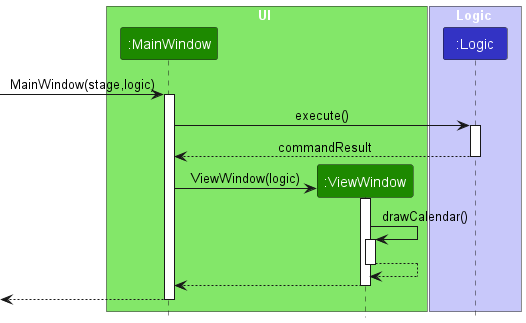
This is docs/images/ViewSequenceDiagram-Ui.png from zoebelle-pang/tp, a PlantUML export, as it was before one commit. Source of this version:
```plantuml
@startuml
!include style.puml
skinparam ArrowFontStyle plain

box UI UI_COLOR_T1
participant ":MainWindow" as MainWindow UI_COLOR
participant ":ViewWindow" as ViewWindow UI_COLOR
end box

box Logic LOGIC_COLOR_T1
participant ":Logic" as Logic LOGIC_COLOR
end box

[-> MainWindow : MainWindow(stage,logic)
activate MainWindow

MainWindow -> Logic : execute()
activate Logic
Logic --> MainWindow : commandResult
deactivate Logic

create ViewWindow
MainWindow -> ViewWindow : ViewWindow(logic)
activate ViewWindow

ViewWindow -> ViewWindow: drawCalendar()
activate ViewWindow
ViewWindow --> ViewWindow:
deactivate ViewWindow

ViewWindow --> MainWindow :
deactivate ViewWindow

[<--MainWindow
deactivate MainWindow
@enduml
```
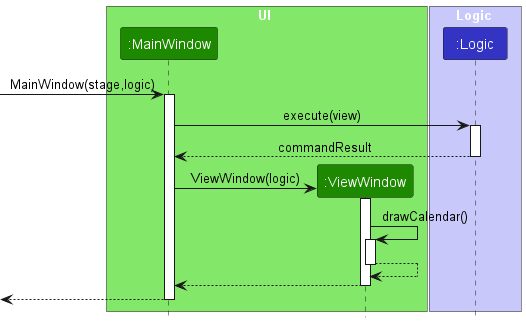
The same diagram one commit later.

What changed in the source:
```diff
@@ -14,7 +14,7 @@
 [-> MainWindow : MainWindow(stage,logic)
 activate MainWindow
 
-MainWindow -> Logic : execute()
+MainWindow -> Logic : execute(view)
 activate Logic
 Logic --> MainWindow : commandResult
 deactivate Logic
```
